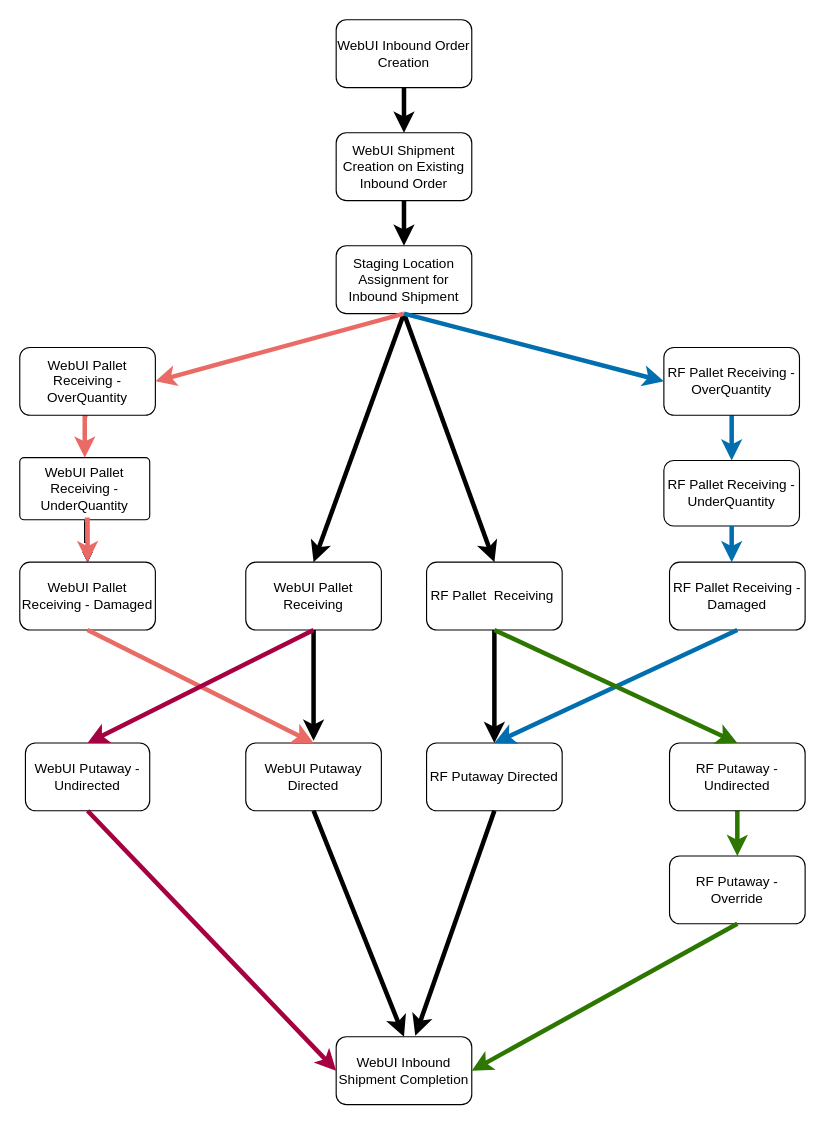
This is Superman&DrStrange.drawio from Natali1429/DIA, a draw.io file, before an edit. Source tidied: cells renumbered, new cells numbered last; positions are measured from the earlier drawing's top-left corner, leaving out a move shared by most shapes. Both pictures are drawn from the tidied source at 113%, with x=0, y=0 at pixel (19, 19).
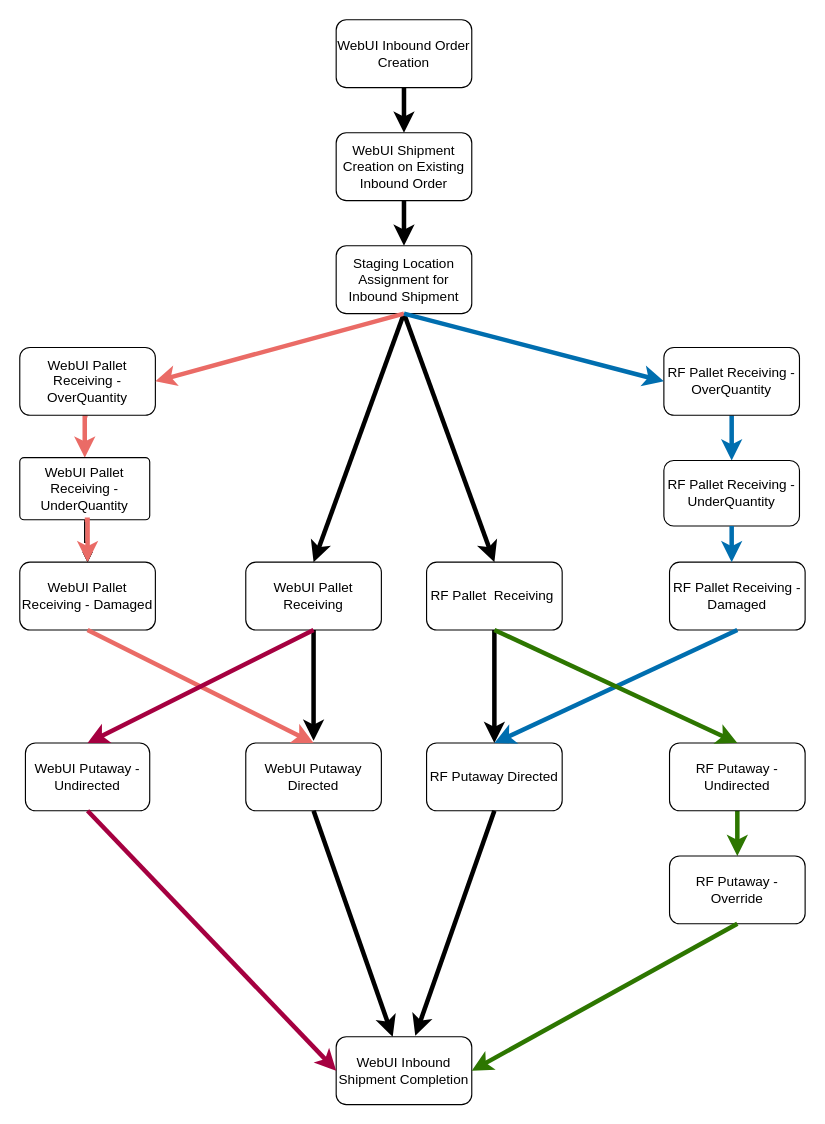
The same diagram, later.

Unchanged cells that the change refers to:
```xml
<mxCell id="5" value="WebUI Putaway Directed" style="rounded=1;whiteSpace=wrap;html=1;" parent="1" vertex="1">
  <mxGeometry x="200" y="640" width="120" height="60" as="geometry" />
</mxCell>
<mxCell id="14" value="WebUI Inbound Shipment Completion" style="rounded=1;whiteSpace=wrap;html=1;" parent="1" vertex="1">
  <mxGeometry x="280" y="900" width="120" height="60" as="geometry" />
</mxCell>
```

The edit, as a diff of the source:
```diff
@@
-    <mxCell id="32" style="endArrow=classic;html=1;exitX=0.5;exitY=1;exitDx=0;exitDy=0;strokeWidth=4;entryX=0.5;entryY=0;entryDx=0;entryDy=0;" parent="1" edge="1" source="5" target="14">
+    <mxCell id="32" style="endArrow=classic;html=1;exitX=0.5;exitY=1;exitDx=0;exitDy=0;strokeWidth=4;entryX=0.417;entryY=0;entryDx=0;entryDy=0;entryPerimeter=0;" parent="1" edge="1" source="5" target="14">
       <mxGeometry relative="1" as="geometry" />
     </mxCell>
```
